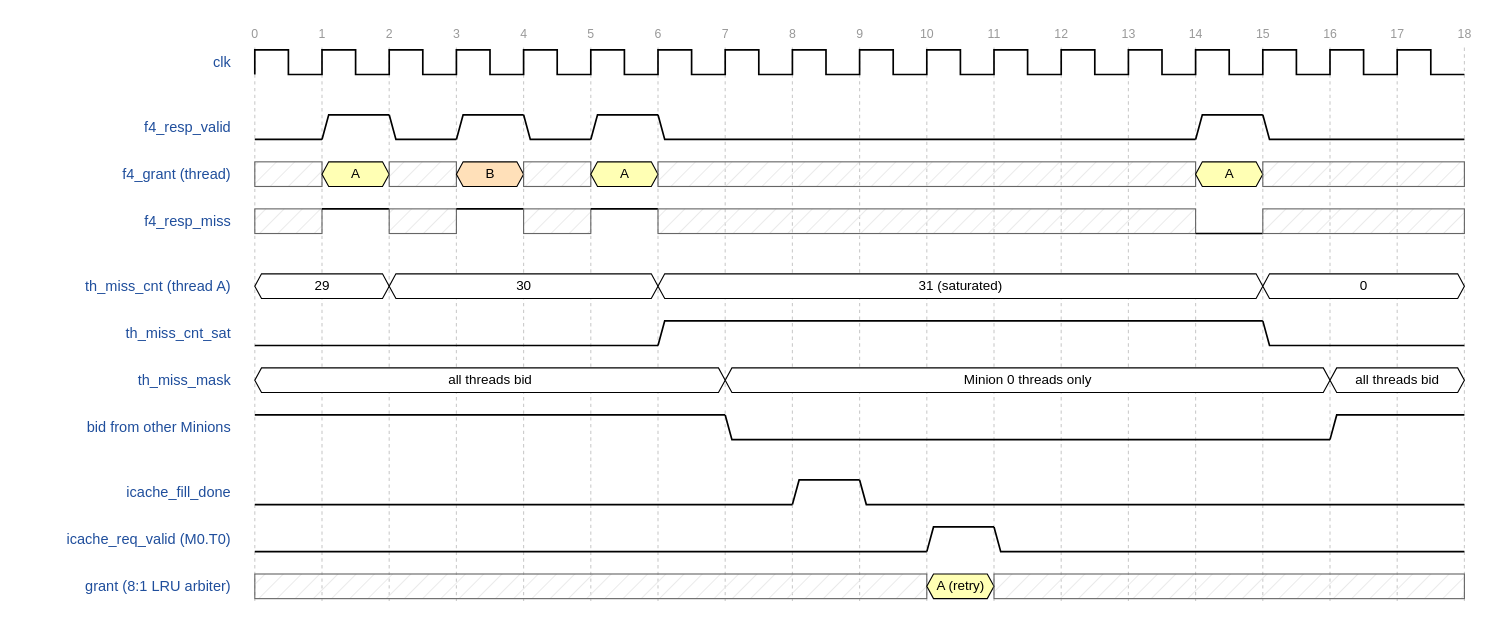
The draw.io diagram docs/uarch_spec/images/ch03/src/td-l0-mask.drawio in 10x-Engineers/core-et, before the edit. Source tidied: cells renumbered, new cells numbered last; positions are measured from the earlier drawing's top-left corner, leaving out a move shared by most shapes. Both pictures are drawn from the tidied source at 112%, with x=0, y=0 at pixel (19, 19).
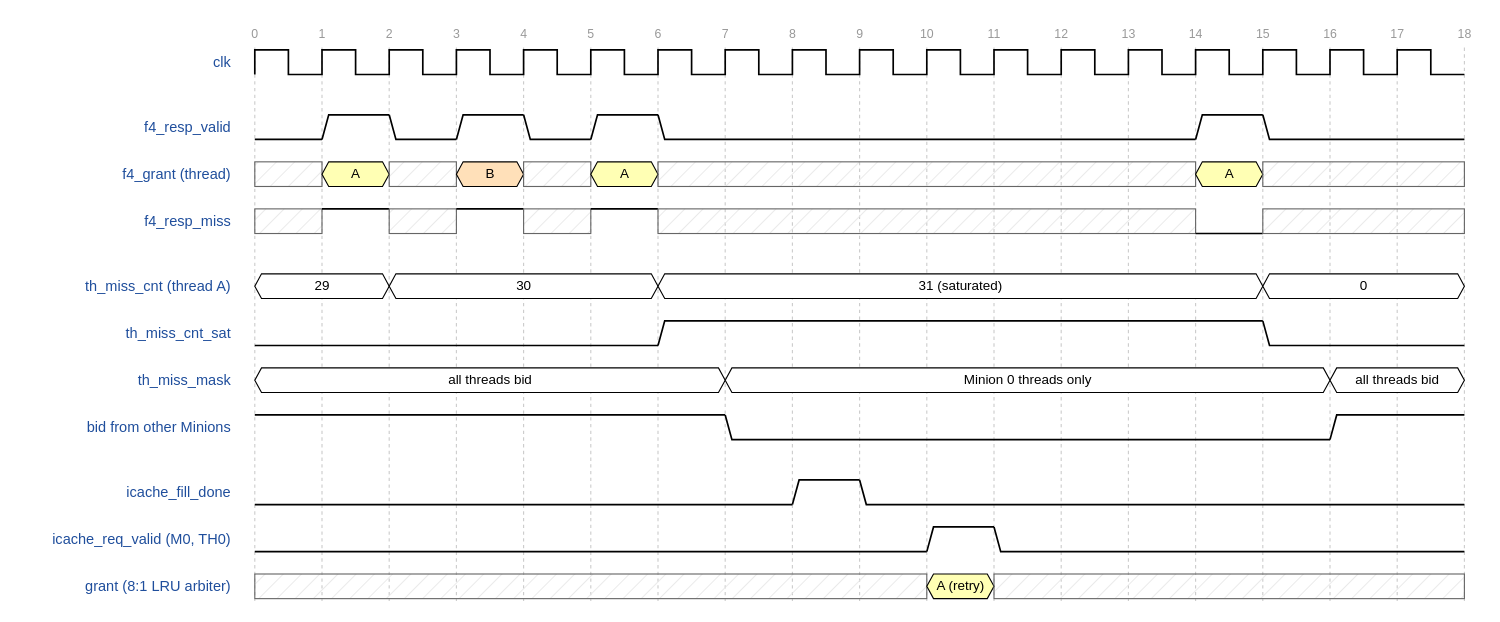
Above is the later version.

What changed in the source:
```diff
@@
-    <mxCell id="93" value="icache_req_valid (M0.T0)" style="text;html=1;align=right;verticalAlign=middle;fontSize=13;fontColor=#1f4e9c;" parent="1" vertex="1">
+    <mxCell id="93" value="icache_req_valid (M0, TH0)" style="text;html=1;align=right;verticalAlign=middle;fontSize=13;fontColor=#1f4e9c;" parent="1" vertex="1">
       <mxGeometry y="451" width="190" height="26" as="geometry" />
     </mxCell>
```
